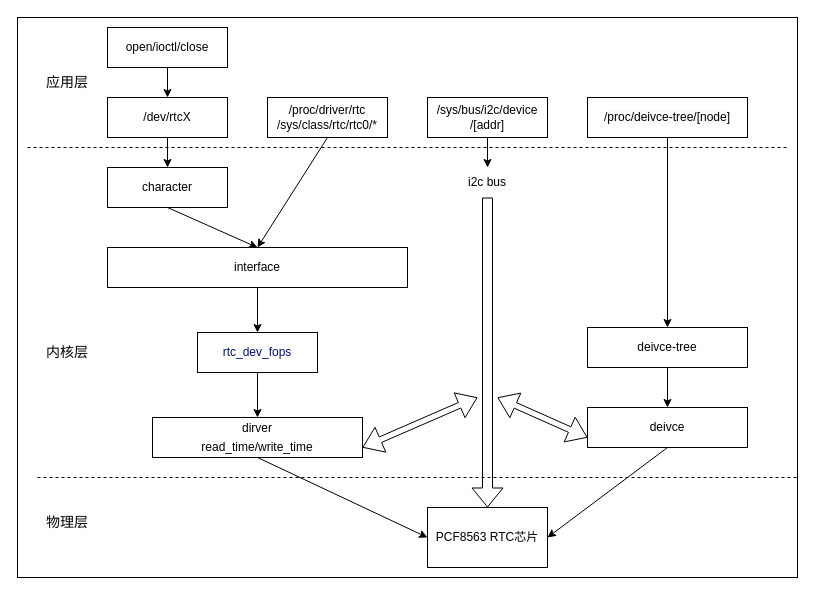
zc110747/build_embed_linux_system keeps this draw.io diagram as page "rtc" (7 of 12) of src/file/tree.drawio. Above is the earlier version. Source tidied: cells renumbered, new cells numbered last; positions are measured from the earlier drawing's top-left corner, leaving out a move shared by most shapes. Both pictures are drawn from the tidied source at 100%, with x=0, y=0 at pixel (17, 17).
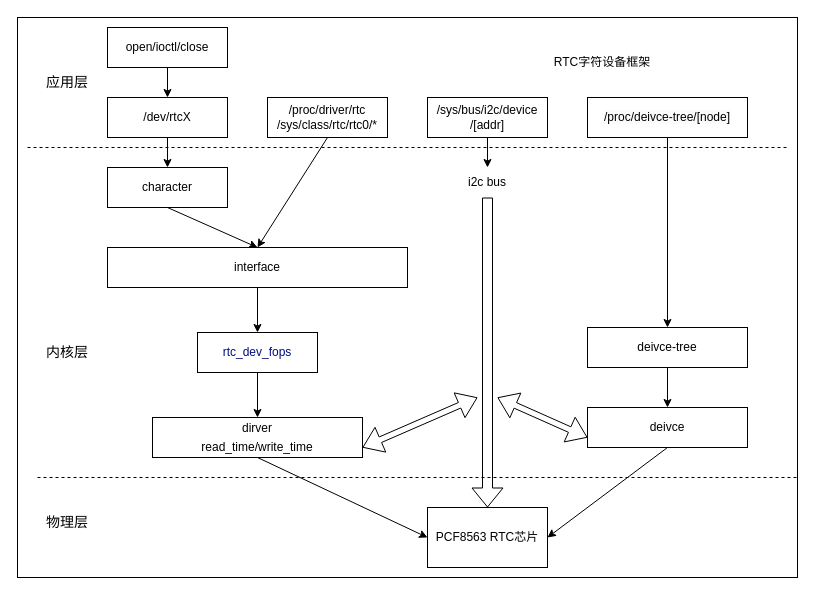
Above is the later version.

The edit, as a diff of the source:
```diff
@@
+    <mxCell id="35" value="RTC字符设备框架" style="text;html=1;strokeColor=none;fillColor=none;align=center;verticalAlign=middle;whiteSpace=wrap;rounded=0;" parent="1" vertex="1">
+      <mxGeometry x="530" y="30" width="110" height="30" as="geometry" />
+    </mxCell>
```
